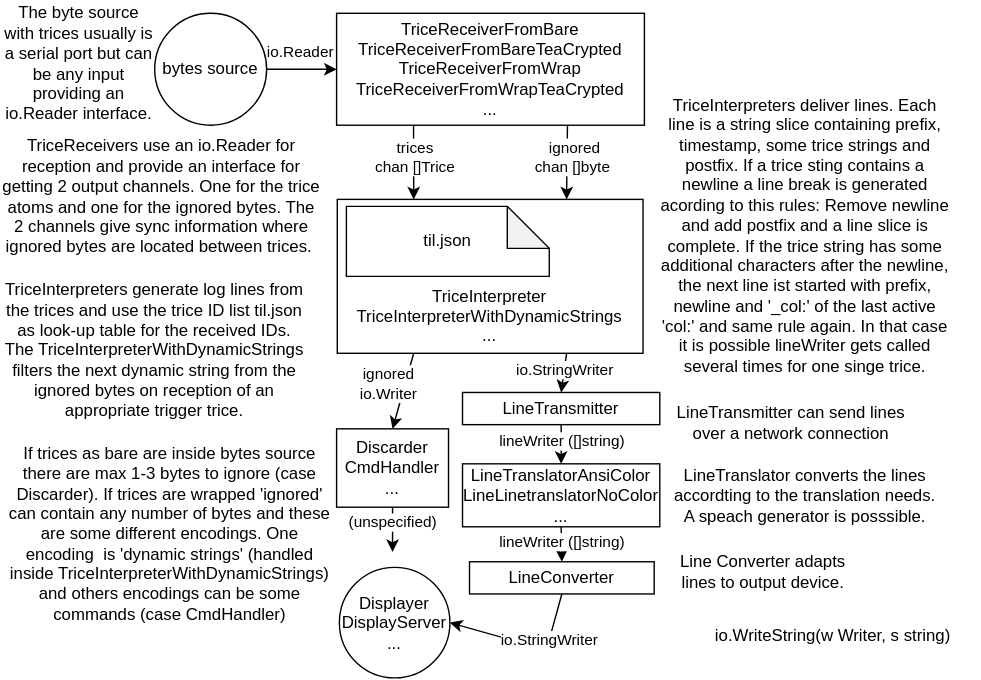
rokath/trice keeps this draw.io diagram as docs/README.media/TriceReceiver2.svg. Above is the earlier version. Source tidied: cells renumbered, new cells last; positions are measured from the earlier drawing's top-left corner, leaving out a move shared by most shapes.
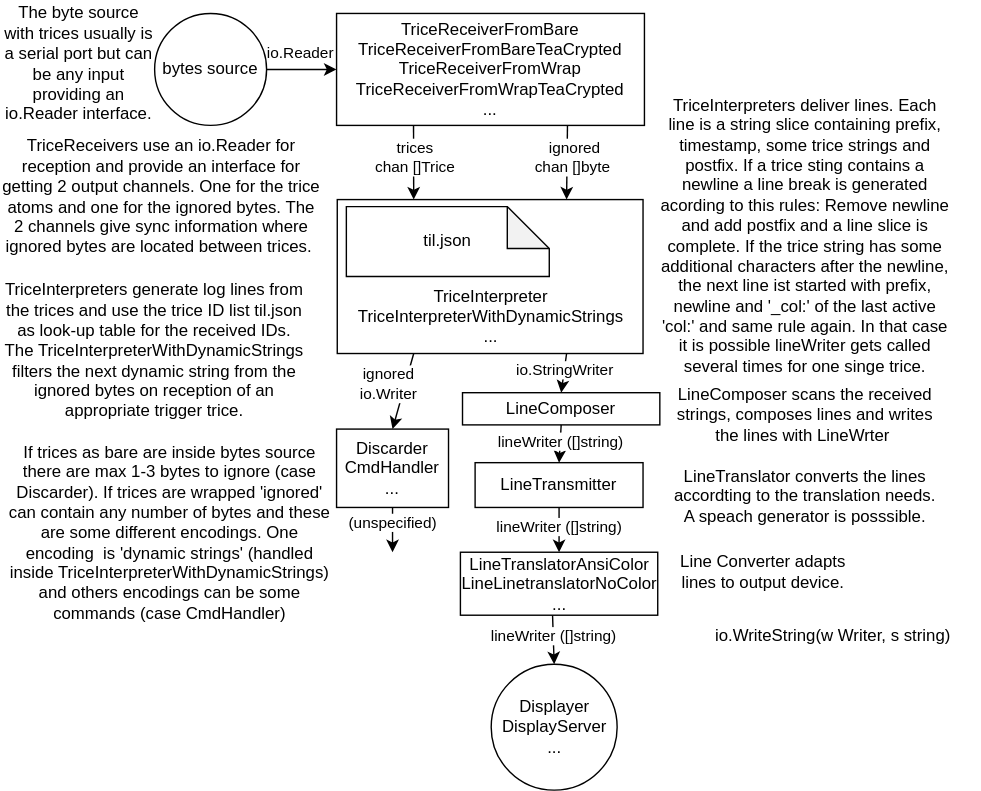
The same file after the commit.

The edit, as a diff of the source:
```diff
@@ -44,7 +44,7 @@
       </mxGeometry>
     </mxCell>
     <mxCell id="13" value="Displayer&lt;br&gt;DisplayServer&lt;br&gt;..." style="ellipse;whiteSpace=wrap;html=1;" parent="1" vertex="1">
-      <mxGeometry x="242" y="405" width="79" height="79" as="geometry" />
+      <mxGeometry x="350.5" y="474" width="90" height="90" as="geometry" />
     </mxCell>
     <mxCell id="14" style="endArrow=classic;html=1;entryX=0.5;entryY=0;entryDx=0;entryDy=0;exitX=0.75;exitY=1;exitDx=0;exitDy=0;" parent="1" edge="1" source="10" target="26">
       <mxGeometry relative="1" as="geometry" />
@@ -73,15 +73,8 @@
       <mxGeometry x="1" width="110" height="90" as="geometry" />
     </mxCell>
     <mxCell id="22" value="LineTranslatorAnsiColor&lt;br&gt;LineLinetranslatorNoColor&lt;br&gt;..." style="rounded=0;whiteSpace=wrap;html=1;" parent="1" vertex="1">
-      <mxGeometry x="330" y="331" width="141" height="45" as="geometry" />
+      <mxGeometry x="328.5" y="394" width="141" height="45" as="geometry" />
     </mxCell>
-    <mxCell id="23" value="io.StringWriter" style="endArrow=classic;html=1;entryX=1;entryY=0.5;entryDx=0;entryDy=0;exitX=0.5;exitY=1;exitDx=0;exitDy=0;" parent="1" edge="1" source="27" target="13">
-      <mxGeometry x="-0.4" relative="1" as="geometry">
-        <Array as="points">
-          <mxPoint x="390" y="464" />
-        </Array>
-      </mxGeometry>
-    </mxCell>
     <mxCell id="24" style="endArrow=classic;html=1;exitX=0.5;exitY=1;exitDx=0;exitDy=0;" parent="1" edge="1" source="16">
       <mxGeometry relative="1" as="geometry">
         <mxPoint x="280" y="394" as="targetPoint" />
@@ -92,16 +85,13 @@
         <mxPoint x="-0.4" y="-2.7" as="offset" />
       </mxGeometry>
     </mxCell>
-    <mxCell id="26" value="LineTransmitter" style="rounded=0;whiteSpace=wrap;html=1;" parent="1" vertex="1">
+    <mxCell id="26" value="LineComposer" style="rounded=0;whiteSpace=wrap;html=1;" parent="1" vertex="1">
       <mxGeometry x="330" y="280" width="141" height="23" as="geometry" />
     </mxCell>
-    <mxCell id="27" value="LineConverter" style="rounded=0;whiteSpace=wrap;html=1;" parent="1" vertex="1">
-      <mxGeometry x="335" y="401" width="132" height="23" as="geometry" />
-    </mxCell>
     <mxCell id="28" value="TriceInterpreters deliver lines. Each line is a string slice containing prefix, timestamp, some trice strings and postfix. If a trice sting contains a newline a line break is generated acording to this rules: Remove newline and add postfix and a line slice is complete. If the trice string has some additional characters after the newline, the next line ist started with prefix, newline and '_col:' of the last active 'col:' and same rule again. In that case it is possible lineWriter gets called several times for one singe trice." style="text;html=1;strokeColor=none;fillColor=none;align=center;verticalAlign=middle;whiteSpace=wrap;rounded=0;" parent="1" vertex="1">
       <mxGeometry x="470" y="64" width="210" height="207" as="geometry" />
     </mxCell>
-    <mxCell id="29" style="endArrow=classic;html=1;entryX=0.5;entryY=0;entryDx=0;entryDy=0;exitX=0.5;exitY=1;exitDx=0;exitDy=0;" parent="1" edge="1" source="26" target="22">
+    <mxCell id="29" style="endArrow=classic;html=1;exitX=0.5;exitY=1;exitDx=0;exitDy=0;entryX=0.5;entryY=0;entryDx=0;entryDy=0;" parent="1" edge="1" source="26" target="37">
       <mxGeometry relative="1" as="geometry" />
     </mxCell>
     <mxCell id="30" value="lineWriter ([]string)" style="edgeLabel;html=1;align=center;verticalAlign=middle;" parent="29" vertex="1">
@@ -109,25 +99,36 @@
         <mxPoint y="1" as="offset" />
       </mxGeometry>
     </mxCell>
-    <mxCell id="31" value="LineTransmitter can send lines over a network connection" style="text;html=1;strokeColor=none;fillColor=none;align=center;verticalAlign=middle;whiteSpace=wrap;rounded=0;" parent="1" vertex="1">
-      <mxGeometry x="480" y="287" width="170" height="30" as="geometry" />
+    <mxCell id="31" value="LineComposer scans the received strings, composes lines and writes the lines with LineWrter&amp;nbsp;" style="text;html=1;strokeColor=none;fillColor=none;align=center;verticalAlign=middle;whiteSpace=wrap;rounded=0;" parent="1" vertex="1">
+      <mxGeometry x="480" y="274" width="190" height="43" as="geometry" />
     </mxCell>
     <mxCell id="32" value="LineTranslator converts the lines accordting to the translation needs. A speach generator is posssible." style="text;html=1;strokeColor=none;fillColor=none;align=center;verticalAlign=middle;whiteSpace=wrap;rounded=0;" parent="1" vertex="1">
       <mxGeometry x="480" y="323.5" width="190" height="60" as="geometry" />
     </mxCell>
-    <mxCell id="33" style="endArrow=classic;html=1;entryX=0.5;entryY=0;entryDx=0;entryDy=0;exitX=0.5;exitY=1;exitDx=0;exitDy=0;" parent="1" edge="1" source="22" target="27">
-      <mxGeometry relative="1" as="geometry" />
-    </mxCell>
-    <mxCell id="34" value="lineWriter ([]string)" style="edgeLabel;html=1;align=center;verticalAlign=middle;" parent="33" vertex="1">
-      <mxGeometry x="-0.22" relative="1" as="geometry">
-        <mxPoint y="1" as="offset" />
-      </mxGeometry>
-    </mxCell>
     <mxCell id="35" value="Line Converter adapts lines to output device." style="text;html=1;strokeColor=none;fillColor=none;align=center;verticalAlign=middle;whiteSpace=wrap;rounded=0;" parent="1" vertex="1">
       <mxGeometry x="480" y="391" width="130" height="33" as="geometry" />
     </mxCell>
     <mxCell id="36" value="io.WriteString(w Writer, s string)" style="text;html=1;strokeColor=none;fillColor=none;align=center;verticalAlign=middle;whiteSpace=wrap;rounded=0;" parent="1" vertex="1">
       <mxGeometry x="490" y="444" width="210" height="20" as="geometry" />
     </mxCell>
+    <mxCell id="37" value="LineTransmitter" style="rounded=0;whiteSpace=wrap;html=1;" parent="1" vertex="1">
+      <mxGeometry x="339" y="330" width="120" height="32" as="geometry" />
+    </mxCell>
+    <mxCell id="38" style="endArrow=classic;html=1;entryX=0.5;entryY=0;entryDx=0;entryDy=0;exitX=0.5;exitY=1;exitDx=0;exitDy=0;" parent="1" edge="1" source="37" target="22">
+      <mxGeometry relative="1" as="geometry" />
+    </mxCell>
+    <mxCell id="39" value="lineWriter ([]string)" style="edgeLabel;html=1;align=center;verticalAlign=middle;" parent="38" vertex="1">
+      <mxGeometry x="-0.22" relative="1" as="geometry">
+        <mxPoint y="1" as="offset" />
+      </mxGeometry>
+    </mxCell>
+    <mxCell id="40" style="endArrow=classic;html=1;entryX=0.5;entryY=0;entryDx=0;entryDy=0;exitX=0.467;exitY=1.005;exitDx=0;exitDy=0;exitPerimeter=0;" parent="1" edge="1" source="22" target="13">
+      <mxGeometry relative="1" as="geometry" />
+    </mxCell>
+    <mxCell id="41" value="lineWriter ([]string)" style="edgeLabel;html=1;align=center;verticalAlign=middle;" parent="40" vertex="1">
+      <mxGeometry x="-0.22" relative="1" as="geometry">
+        <mxPoint y="1" as="offset" />
+      </mxGeometry>
+    </mxCell>
   </root>
 </mxGraphModel>
```
